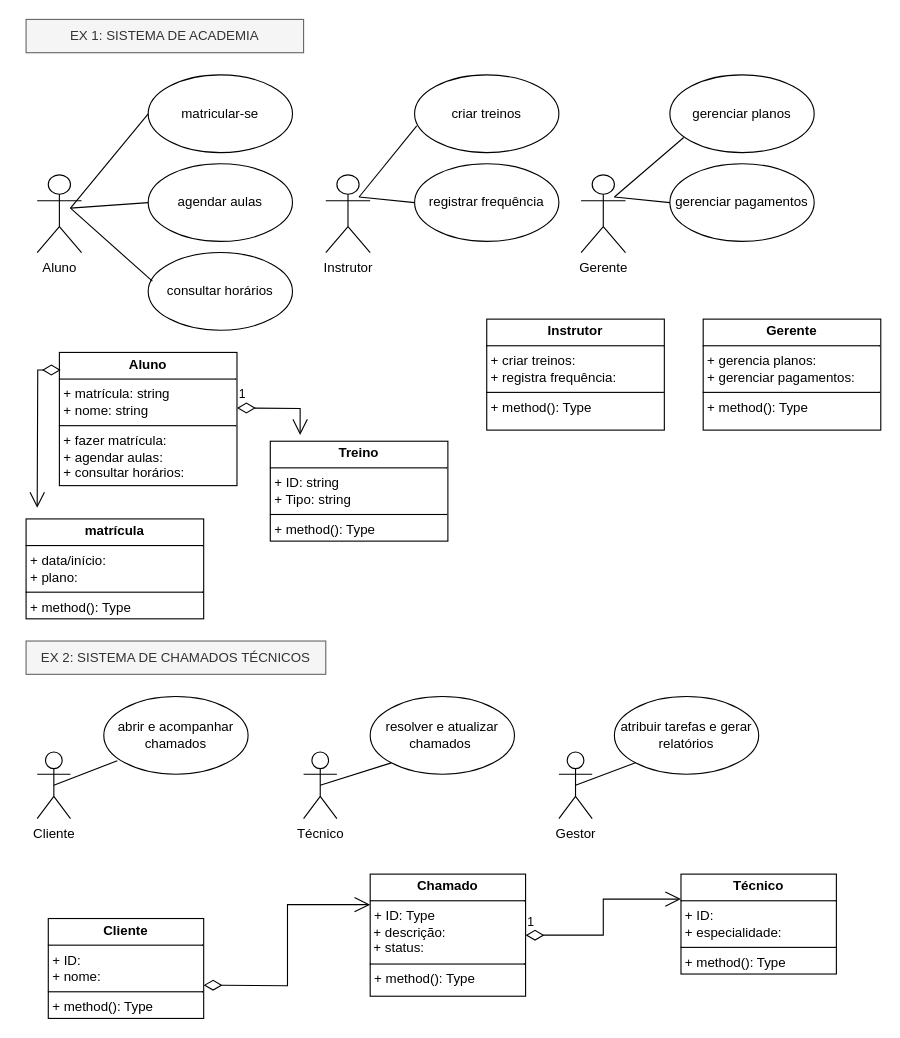
This is page "exer.1 e 2" (8 of 9) of Diagrama sem nome.drawio from iisabelleandrade/diagramasderequisitos, a draw.io file, before an edit. Source tidied: cells renumbered, new cells numbered last; positions are measured from the earlier drawing's top-left corner, leaving out a move shared by most shapes. Both pictures are drawn from the tidied source at 111%, with x=0, y=0 at pixel (26, 19).
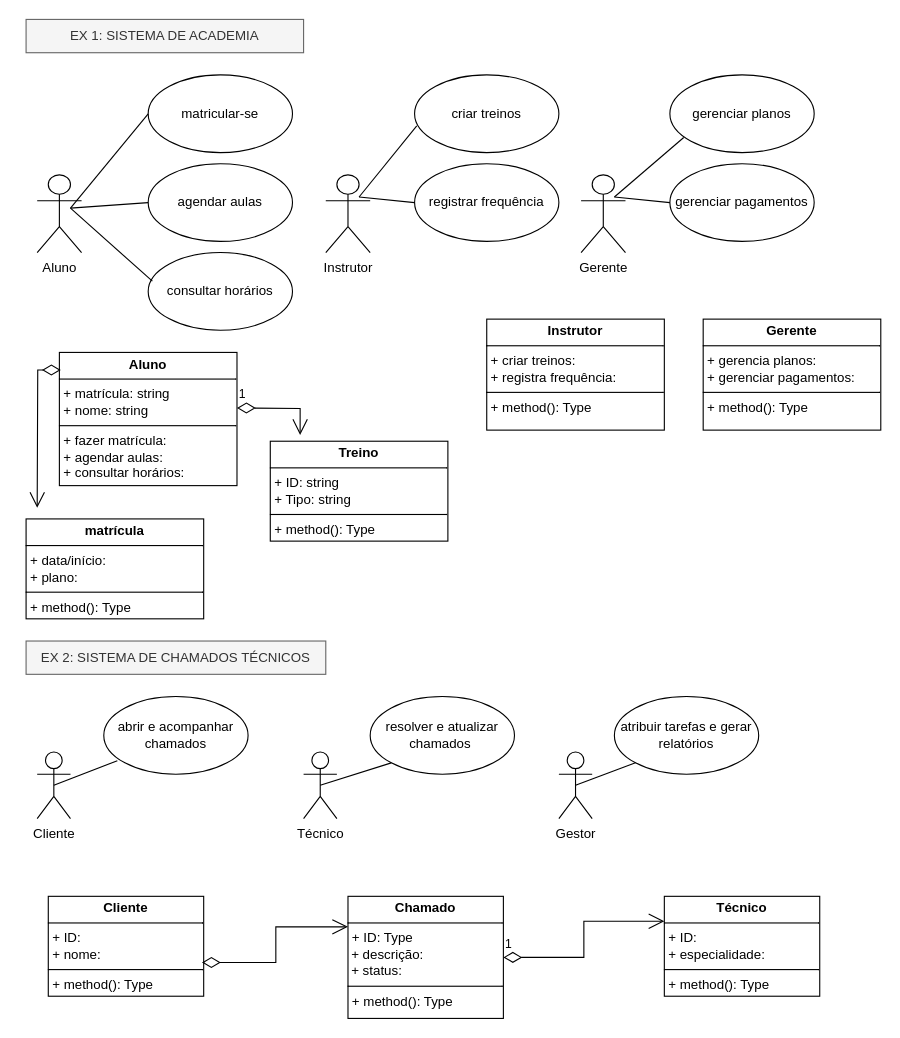
The same page after the edit.

Diff of the diagram source:
```diff
@@
     <mxCell id="35" value="&lt;p style=&quot;margin:0px;margin-top:4px;text-align:center;&quot;&gt;&lt;b&gt;Cliente&lt;/b&gt;&lt;/p&gt;&lt;hr size=&quot;1&quot; style=&quot;border-style:solid;&quot;&gt;&lt;p style=&quot;margin:0px;margin-left:4px;&quot;&gt;+ ID:&amp;nbsp;&lt;/p&gt;&lt;p style=&quot;margin:0px;margin-left:4px;&quot;&gt;+ nome:&lt;/p&gt;&lt;hr size=&quot;1&quot; style=&quot;border-style:solid;&quot;&gt;&lt;p style=&quot;margin:0px;margin-left:4px;&quot;&gt;+ method(): Type&lt;/p&gt;" style="verticalAlign=top;align=left;overflow=fill;html=1;whiteSpace=wrap;" parent="1" vertex="1">
-      <mxGeometry x="20" y="810" width="140" height="90" as="geometry" />
+      <mxGeometry x="20" y="790" width="140" height="90" as="geometry" />
     </mxCell>
     <mxCell id="36" value="&lt;p style=&quot;margin:0px;margin-top:4px;text-align:center;&quot;&gt;&lt;b&gt;Técnico&lt;/b&gt;&lt;/p&gt;&lt;hr size=&quot;1&quot; style=&quot;border-style:solid;&quot;&gt;&lt;p style=&quot;margin:0px;margin-left:4px;&quot;&gt;+ ID:&amp;nbsp;&lt;/p&gt;&lt;p style=&quot;margin:0px;margin-left:4px;&quot;&gt;+ especialidade:&lt;/p&gt;&lt;hr size=&quot;1&quot; style=&quot;border-style:solid;&quot;&gt;&lt;p style=&quot;margin:0px;margin-left:4px;&quot;&gt;+ method(): Type&lt;/p&gt;" style="verticalAlign=top;align=left;overflow=fill;html=1;whiteSpace=wrap;" parent="1" vertex="1">
-      <mxGeometry x="590" y="770" width="140" height="90" as="geometry" />
+      <mxGeometry x="575" y="790" width="140" height="90" as="geometry" />
     </mxCell>
@@
-    <mxCell id="40" style="endArrow=open;html=1;endSize=12;startArrow=diamondThin;startSize=14;startFill=0;edgeStyle=orthogonalEdgeStyle;align=left;verticalAlign=bottom;rounded=0;entryX=0;entryY=0.25;entryDx=0;entryDy=0;" parent="1" edge="1" target="41">
-      <mxGeometry x="-1" y="3" relative="1" as="geometry">
-        <mxPoint x="160" y="870" as="sourcePoint" />
-      </mxGeometry>
+    <mxCell id="40" style="endArrow=open;html=1;endSize=12;startArrow=diamondThin;startSize=14;startFill=0;edgeStyle=orthogonalEdgeStyle;align=left;verticalAlign=bottom;rounded=0;entryX=0;entryY=0.25;entryDx=0;entryDy=0;exitX=0.989;exitY=0.662;exitDx=0;exitDy=0;exitPerimeter=0;" parent="1" edge="1" source="35" target="41">
+      <mxGeometry x="-1" y="3" relative="1" as="geometry" />
     </mxCell>
     <mxCell id="41" value="&lt;p style=&quot;margin:0px;margin-top:4px;text-align:center;&quot;&gt;&lt;b&gt;Chamado&lt;/b&gt;&lt;/p&gt;&lt;hr size=&quot;1&quot; style=&quot;border-style:solid;&quot;&gt;&lt;p style=&quot;margin:0px;margin-left:4px;&quot;&gt;+ ID: Type&lt;/p&gt;&amp;nbsp;+ descrição:&lt;div&gt;&amp;nbsp;+ status:&lt;br&gt;&lt;hr size=&quot;1&quot; style=&quot;border-style:solid;&quot;&gt;&lt;p style=&quot;margin:0px;margin-left:4px;&quot;&gt;+ method(): Type&lt;/p&gt;&lt;/div&gt;" style="verticalAlign=top;align=left;overflow=fill;html=1;whiteSpace=wrap;" parent="1" vertex="1">
-      <mxGeometry x="310" y="770" width="140" height="110" as="geometry" />
+      <mxGeometry x="290" y="790" width="140" height="110" as="geometry" />
     </mxCell>
```
